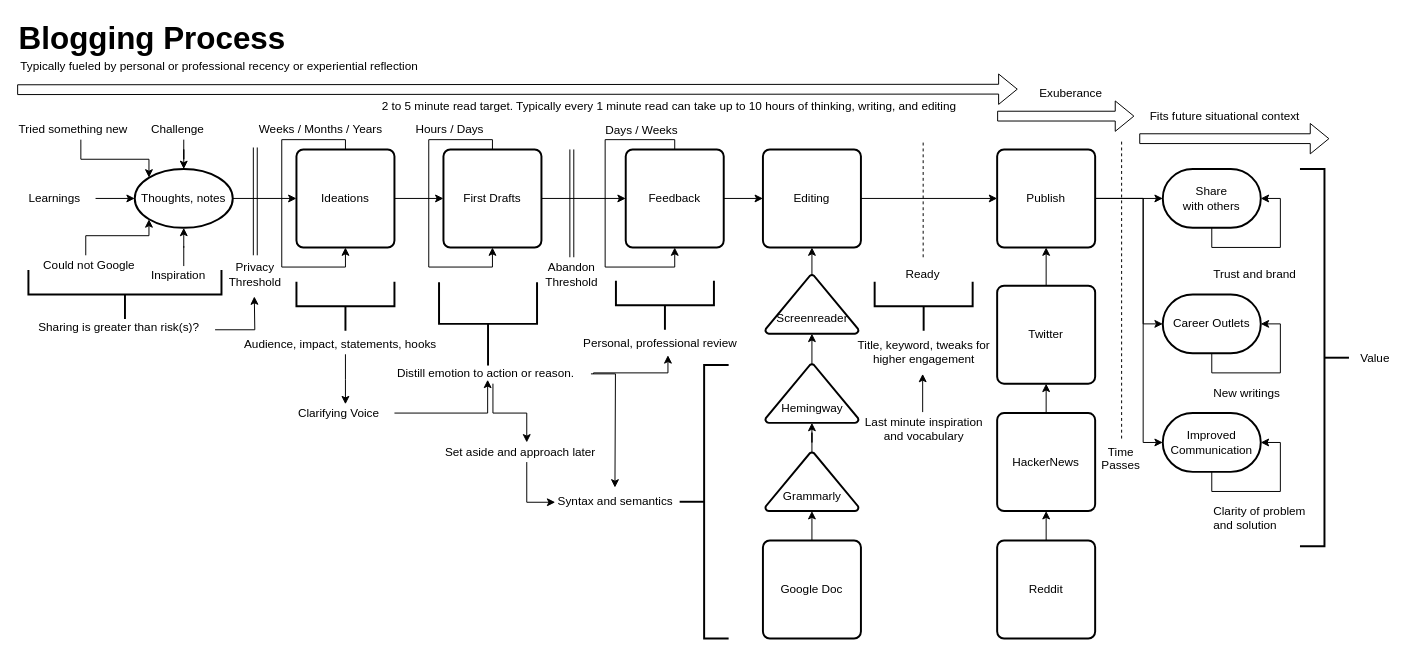
The draw.io diagram mentoring/diagrams/blogging-process.drawio in solidi/learning-notes, before the edit. Source tidied: cells renumbered, new cells numbered last; positions are measured from the earlier drawing's top-left corner, leaving out a move shared by most shapes. Both pictures are drawn from the tidied source at 98%, with x=0, y=0 at pixel (17, 17).
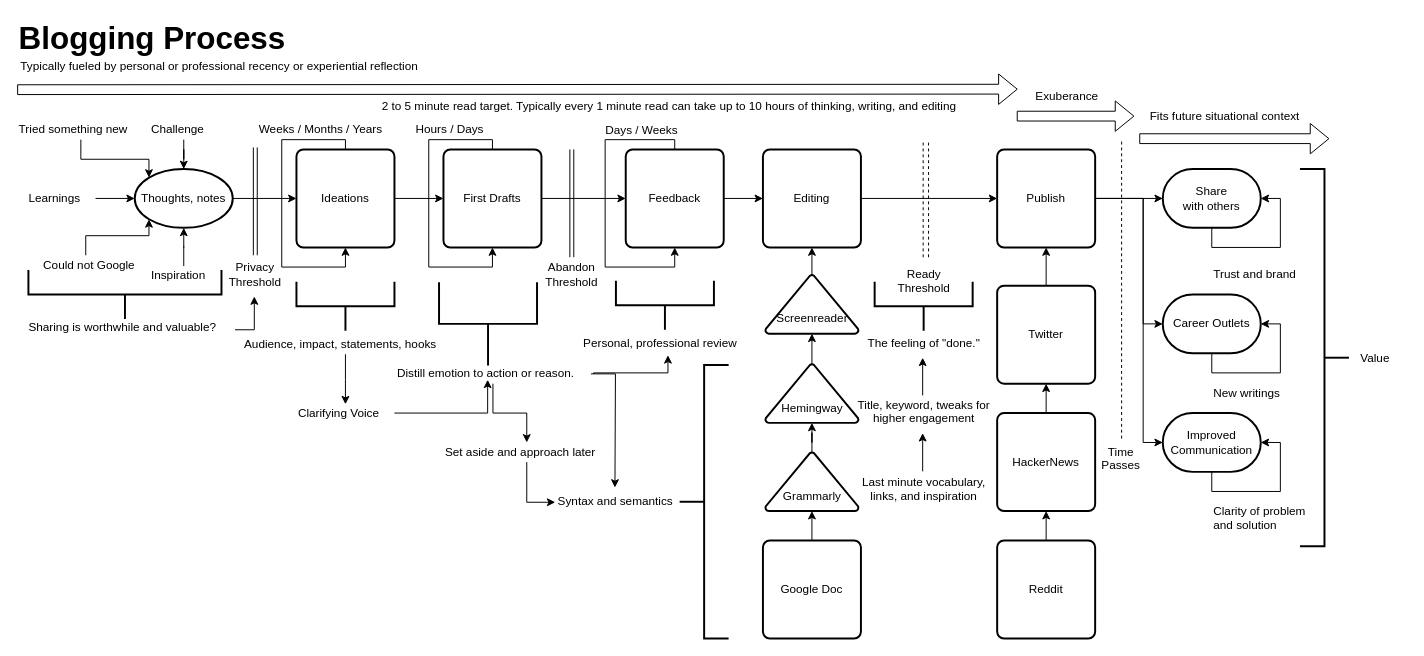
The same page after the edit.

Commit message (it also covers changes not shown here):
Add more notes on rwady threshold in blogging

The edit, as a diff of the source:
```diff
@@
-    <mxCell id="54" value="Ready" style="text;html=1;align=left;verticalAlign=top;spacingTop=-4;" parent="1" vertex="1">
-      <mxGeometry x="904.5" y="253" width="50" height="20" as="geometry" />
+    <mxCell id="54" value="Ready&lt;br&gt;Threshold" style="text;html=1;align=center;verticalAlign=top;spacingTop=-4;" parent="1" vertex="1">
+      <mxGeometry x="890" y="253" width="70" height="30" as="geometry" />
     </mxCell>
@@
-    <mxCell id="88" value="Sharing is greater than risk(s)?" style="text;html=1;points=[];align=left;verticalAlign=top;spacingTop=-4;" parent="1" vertex="1">
-      <mxGeometry x="20" y="307" width="180" height="20" as="geometry" />
+    <mxCell id="88" value="Sharing is worthwhile and valuable?" style="text;html=1;points=[];align=left;verticalAlign=top;spacingTop=-4;" parent="1" vertex="1">
+      <mxGeometry x="10" y="307" width="210" height="20" as="geometry" />
     </mxCell>
@@
     <mxCell id="91" value="Title, keyword, tweaks for &lt;br&gt;higher engagement" style="text;html=1;align=center;verticalAlign=top;spacingTop=-4;" parent="1" vertex="1">
-      <mxGeometry x="850" y="325" width="150" height="30" as="geometry" />
+      <mxGeometry x="850" y="385.5" width="150" height="30" as="geometry" />
     </mxCell>
     <mxCell id="92" style="shape=flexArrow;endArrow=classic;html=1;" parent="1" edge="1">
       <mxGeometry relative="1" as="geometry">
-        <mxPoint x="1000" y="101" as="sourcePoint" />
+        <mxPoint x="1020" y="101" as="sourcePoint" />
         <mxPoint x="1140" y="101" as="targetPoint" />
       </mxGeometry>
     </mxCell>
     <mxCell id="93" value="Exuberance" style="text;html=1;align=center;verticalAlign=middle;labelBackgroundColor=#ffffff;" parent="92" vertex="1">
       <mxGeometry x="-0.57" y="3" relative="1" as="geometry">
-        <mxPoint x="44" y="-21" as="offset" />
+        <mxPoint x="24" y="-18" as="offset" />
       </mxGeometry>
     </mxCell>
     <mxCell id="94" style="edgeStyle=orthogonalEdgeStyle;rounded=0;orthogonalLoop=1;jettySize=auto;html=1;exitX=0.5;exitY=0;exitDx=0;exitDy=0;entryX=0.5;entryY=1;entryDx=0;entryDy=0;" parent="1" edge="1">
       <mxGeometry relative="1" as="geometry">
-        <mxPoint x="924" y="403" as="sourcePoint" />
-        <mxPoint x="924" y="364" as="targetPoint" />
+        <mxPoint x="924" y="463.5" as="sourcePoint" />
+        <mxPoint x="924" y="424.5" as="targetPoint" />
       </mxGeometry>
     </mxCell>
-    <mxCell id="95" value="Last minute inspiration&lt;br&gt;and vocabulary" style="text;html=1;align=center;verticalAlign=top;spacingTop=-4;" parent="1" vertex="1">
-      <mxGeometry x="855" y="404" width="140" height="30" as="geometry" />
+    <mxCell id="95" value="Last minute vocabulary,&lt;br&gt;links, and inspiration" style="text;html=1;align=center;verticalAlign=top;spacingTop=-4;" parent="1" vertex="1">
+      <mxGeometry x="855" y="464.5" width="140" height="30" as="geometry" />
     </mxCell>
+    <mxCell id="96" style="endArrow=none;dashed=1;html=1;" parent="1" edge="1">
+      <mxGeometry relative="1" as="geometry">
+        <mxPoint x="930" y="245" as="sourcePoint" />
+        <mxPoint x="930" y="125" as="targetPoint" />
+      </mxGeometry>
+    </mxCell>
+    <mxCell id="97" style="edgeStyle=orthogonalEdgeStyle;rounded=0;orthogonalLoop=1;jettySize=auto;html=1;exitX=0.5;exitY=0;exitDx=0;exitDy=0;entryX=0.5;entryY=1;entryDx=0;entryDy=0;" parent="1" edge="1">
+      <mxGeometry relative="1" as="geometry">
+        <mxPoint x="924" y="386" as="sourcePoint" />
+        <mxPoint x="924" y="347.5" as="targetPoint" />
+      </mxGeometry>
+    </mxCell>
+    <mxCell id="98" value="The feeling of &quot;done.&quot;" style="text;html=1;align=center;verticalAlign=top;spacingTop=-4;" parent="1" vertex="1">
+      <mxGeometry x="860" y="323" width="130" height="20" as="geometry" />
+    </mxCell>
```
